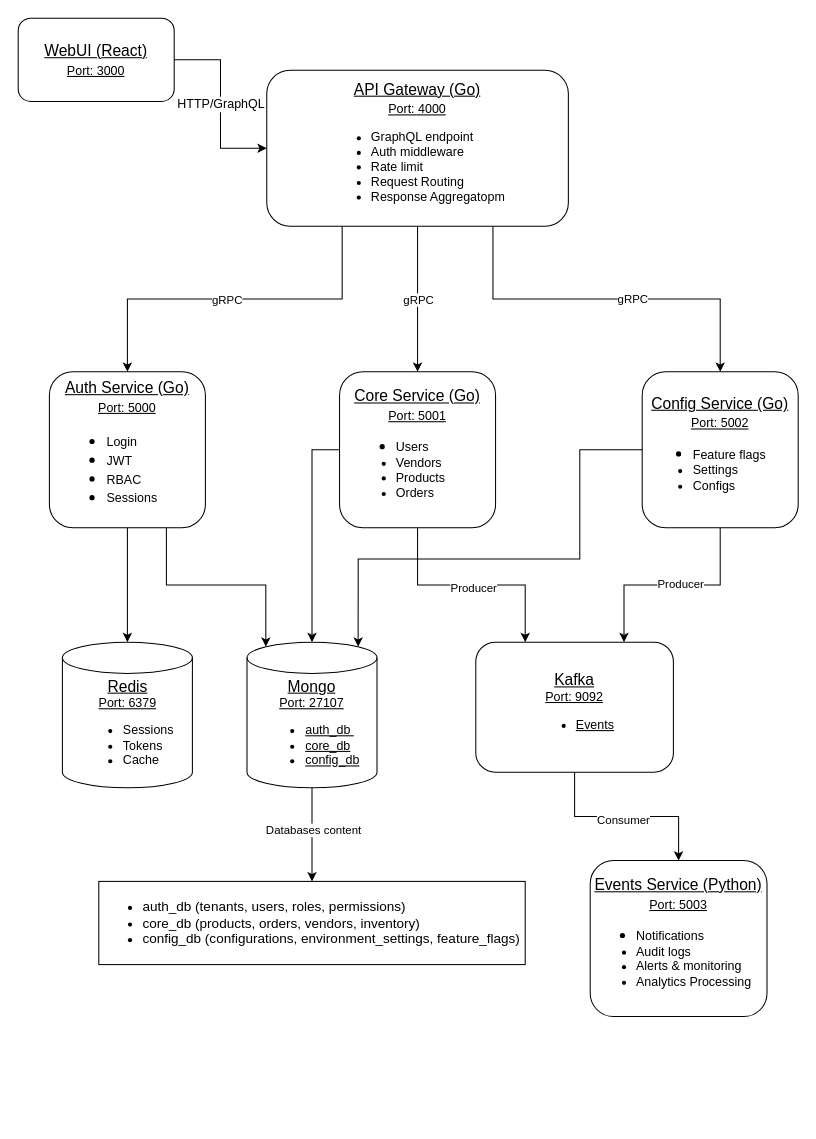
This is docs/resources/ERP.drawio from TamirHazut/ERP, a draw.io file, before an edit. Source tidied: cells renumbered, new cells numbered last; positions are measured from the earlier drawing's top-left corner, leaving out a move shared by most shapes. Both pictures are drawn from the tidied source at 104%, with x=0, y=0 at pixel (18, 18).
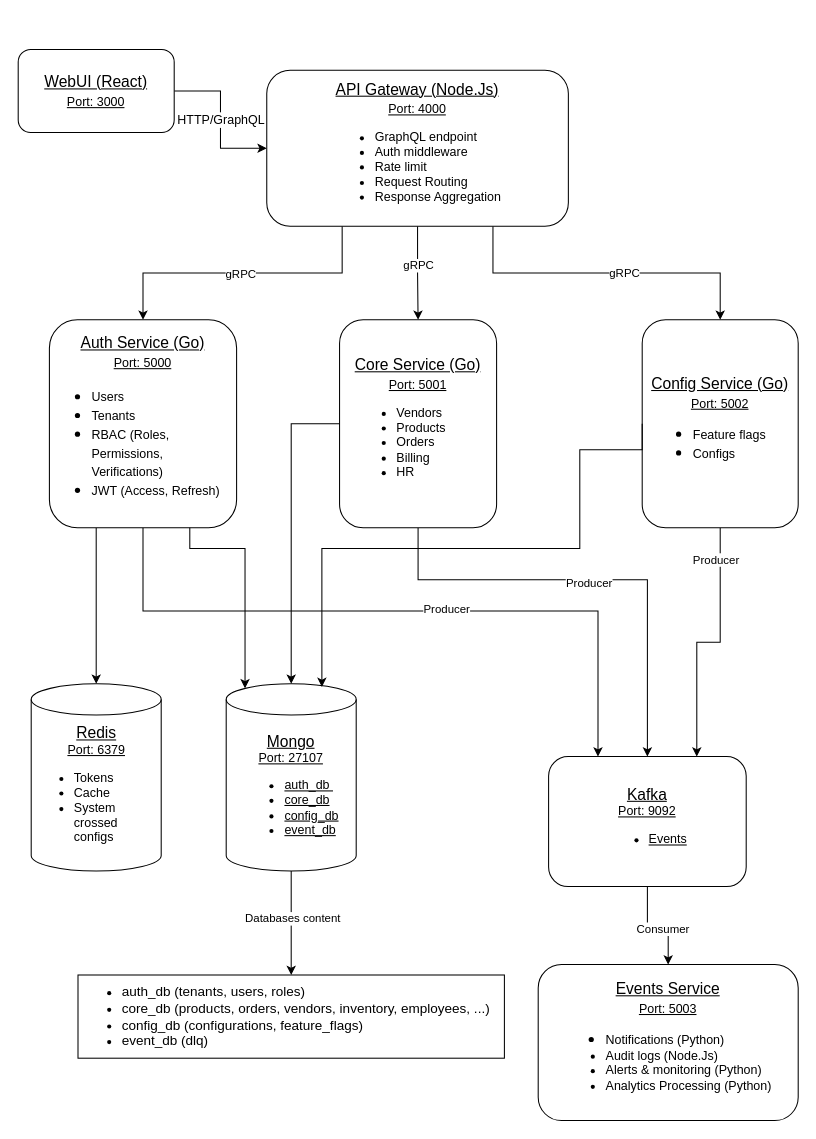
The same diagram, later.

Commit message (it also covers changes not shown here):
updated high level design draw

Unchanged cells that the change refers to:
```xml
<mxCell id="17" style="edgeStyle=orthogonalEdgeStyle;rounded=0;jettySize=auto;html=1;exitX=0.5;exitY=1;exitDx=0;exitDy=0;entryX=0.75;entryY=0;entryDx=0;entryDy=0;" parent="1" edge="1" source="19" target="23">
  <mxGeometry relative="1" as="geometry" />
</mxCell>
```

Diff of the diagram source:
```diff
@@
     <mxCell id="4" value="&lt;font style=&quot;&quot;&gt;&lt;u style=&quot;&quot;&gt;&lt;span style=&quot;font-size: 15px;&quot;&gt;WebUI (React)&lt;br&gt;&lt;/span&gt;&lt;div style=&quot;font-size: 15px; text-align: center;&quot;&gt;&lt;span style=&quot;background-color: transparent; color: light-dark(rgb(0, 0, 0), rgb(255, 255, 255)); text-align: left; font-size: 12px;&quot;&gt;Port: 3000&lt;/span&gt;&lt;/div&gt;&lt;/u&gt;&lt;/font&gt;" style="rounded=1;whiteSpace=wrap;html=1;" parent="1" vertex="1">
-      <mxGeometry width="150" height="80" as="geometry" />
+      <mxGeometry y="30" width="150" height="80" as="geometry" />
     </mxCell>
@@
-    <mxCell id="11" value="&lt;font style=&quot;&quot;&gt;&lt;u style=&quot;&quot;&gt;&lt;span style=&quot;font-size: 15px;&quot;&gt;API Gateway (Go)&lt;br&gt;&lt;/span&gt;&lt;div style=&quot;font-size: 15px; text-align: center;&quot;&gt;&lt;span style=&quot;background-color: transparent; color: light-dark(rgb(0, 0, 0), rgb(255, 255, 255)); text-align: left; font-size: 12px;&quot;&gt;Port: 4000&lt;/span&gt;&lt;/div&gt;&lt;/u&gt;&lt;/font&gt;&lt;div&gt;&lt;ul&gt;&lt;li style=&quot;text-align: left;&quot;&gt;&lt;span style=&quot;background-color: transparent; color: light-dark(rgb(0, 0, 0), rgb(255, 255, 255));&quot;&gt;GraphQL endpoint&lt;/span&gt;&lt;/li&gt;&lt;li style=&quot;text-align: left;&quot;&gt;&lt;span style=&quot;background-color: transparent; color: light-dark(rgb(0, 0, 0), rgb(255, 255, 255));&quot;&gt;Auth middleware&lt;/span&gt;&lt;/li&gt;&lt;li style=&quot;text-align: left;&quot;&gt;&lt;span style=&quot;background-color: transparent; color: light-dark(rgb(0, 0, 0), rgb(255, 255, 255));&quot;&gt;Rate limit&lt;/span&gt;&lt;/li&gt;&lt;li style=&quot;text-align: left;&quot;&gt;&lt;span style=&quot;background-color: transparent; color: light-dark(rgb(0, 0, 0), rgb(255, 255, 255));&quot;&gt;Request Routing&lt;/span&gt;&lt;/li&gt;&lt;li style=&quot;text-align: left;&quot;&gt;&lt;span style=&quot;background-color: transparent; color: light-dark(rgb(0, 0, 0), rgb(255, 255, 255));&quot;&gt;Response Aggregatopm&lt;/span&gt;&lt;/li&gt;&lt;/ul&gt;&lt;/div&gt;" style="rounded=1;whiteSpace=wrap;html=1;" parent="1" vertex="1">
+    <mxCell id="11" value="&lt;font style=&quot;&quot;&gt;&lt;u style=&quot;&quot;&gt;&lt;span style=&quot;font-size: 15px;&quot;&gt;API Gateway (Node.Js)&lt;br&gt;&lt;/span&gt;&lt;div style=&quot;font-size: 15px; text-align: center;&quot;&gt;&lt;span style=&quot;background-color: transparent; color: light-dark(rgb(0, 0, 0), rgb(255, 255, 255)); text-align: left; font-size: 12px;&quot;&gt;Port: 4000&lt;/span&gt;&lt;/div&gt;&lt;/u&gt;&lt;/font&gt;&lt;div&gt;&lt;ul&gt;&lt;li style=&quot;text-align: left;&quot;&gt;&lt;span style=&quot;background-color: transparent; color: light-dark(rgb(0, 0, 0), rgb(255, 255, 255));&quot;&gt;GraphQL endpoint&lt;/span&gt;&lt;/li&gt;&lt;li style=&quot;text-align: left;&quot;&gt;&lt;span style=&quot;background-color: transparent; color: light-dark(rgb(0, 0, 0), rgb(255, 255, 255));&quot;&gt;Auth middleware&lt;/span&gt;&lt;/li&gt;&lt;li style=&quot;text-align: left;&quot;&gt;&lt;span style=&quot;background-color: transparent; color: light-dark(rgb(0, 0, 0), rgb(255, 255, 255));&quot;&gt;Rate limit&lt;/span&gt;&lt;/li&gt;&lt;li style=&quot;text-align: left;&quot;&gt;&lt;span style=&quot;background-color: transparent; color: light-dark(rgb(0, 0, 0), rgb(255, 255, 255));&quot;&gt;Request Routing&lt;/span&gt;&lt;/li&gt;&lt;li style=&quot;text-align: left;&quot;&gt;&lt;span style=&quot;background-color: transparent; color: light-dark(rgb(0, 0, 0), rgb(255, 255, 255));&quot;&gt;Response Aggregation&lt;/span&gt;&lt;/li&gt;&lt;/ul&gt;&lt;/div&gt;" style="rounded=1;whiteSpace=wrap;html=1;" parent="1" vertex="1">
       <mxGeometry x="239" y="50" width="290" height="150" as="geometry" />
     </mxCell>
-    <mxCell id="12" style="edgeStyle=orthogonalEdgeStyle;rounded=0;jettySize=auto;html=1;" parent="1" edge="1" source="13" target="20">
+    <mxCell id="12" style="edgeStyle=orthogonalEdgeStyle;rounded=0;jettySize=auto;html=1;exitX=0.25;exitY=1;exitDx=0;exitDy=0;" parent="1" edge="1" source="13" target="20">
       <mxGeometry relative="1" as="geometry" />
     </mxCell>
+    <mxCell id="32" style="edgeStyle=orthogonalEdgeStyle;rounded=0;jettySize=auto;html=1;entryX=0.25;entryY=0;entryDx=0;entryDy=0;exitX=0.5;exitY=1;exitDx=0;exitDy=0;" parent="1" edge="1" source="13" target="23">
+      <mxGeometry relative="1" as="geometry">
+        <Array as="points">
+          <mxPoint x="120" y="570" />
+          <mxPoint x="558" y="570" />
+        </Array>
+      </mxGeometry>
+    </mxCell>
+    <mxCell id="33" value="Producer" style="edgeLabel;html=1;align=center;verticalAlign=middle;" parent="32" vertex="1">
+      <mxGeometry x="0.13" y="3" relative="1" as="geometry" />
+    </mxCell>
-    <mxCell id="13" value="&lt;font style=&quot;&quot;&gt;&lt;span style=&quot;text-decoration-line: underline; font-size: 15px;&quot;&gt;Auth Service (Go)&lt;br&gt;&lt;/span&gt;&lt;div style=&quot;text-decoration-line: underline; font-size: 15px; text-align: center;&quot;&gt;&lt;span style=&quot;background-color: transparent; color: light-dark(rgb(0, 0, 0), rgb(255, 255, 255)); text-align: left; font-size: 12px;&quot;&gt;Port: 5000&lt;/span&gt;&lt;/div&gt;&lt;div style=&quot;font-size: 15px;&quot;&gt;&lt;ul style=&quot;&quot;&gt;&lt;li style=&quot;text-align: left;&quot;&gt;&lt;span style=&quot;background-color: transparent; color: light-dark(rgb(0, 0, 0), rgb(255, 255, 255)); font-size: 12px;&quot;&gt;Login&lt;br&gt;&lt;/span&gt;&lt;/li&gt;&lt;li style=&quot;text-align: left;&quot;&gt;&lt;span style=&quot;background-color: transparent; color: light-dark(rgb(0, 0, 0), rgb(255, 255, 255)); font-size: 12px;&quot;&gt;JWT&lt;/span&gt;&lt;/li&gt;&lt;li style=&quot;text-align: left;&quot;&gt;&lt;span style=&quot;background-color: transparent; color: light-dark(rgb(0, 0, 0), rgb(255, 255, 255)); font-size: 12px;&quot;&gt;RBAC&lt;/span&gt;&lt;/li&gt;&lt;li style=&quot;text-align: left;&quot;&gt;&lt;span style=&quot;background-color: transparent; color: light-dark(rgb(0, 0, 0), rgb(255, 255, 255)); font-size: 12px;&quot;&gt;Sessions&lt;/span&gt;&lt;/li&gt;&lt;/ul&gt;&lt;/div&gt;&lt;/font&gt;" style="rounded=1;whiteSpace=wrap;html=1;" parent="1" vertex="1">
-      <mxGeometry x="30" y="340" width="150" height="150" as="geometry" />
+    <mxCell id="13" value="&lt;font style=&quot;&quot;&gt;&lt;span style=&quot;text-decoration-line: underline; font-size: 15px;&quot;&gt;Auth Service (Go)&lt;br&gt;&lt;/span&gt;&lt;div style=&quot;text-decoration-line: underline; font-size: 15px; text-align: center;&quot;&gt;&lt;span style=&quot;background-color: transparent; color: light-dark(rgb(0, 0, 0), rgb(255, 255, 255)); text-align: left; font-size: 12px;&quot;&gt;Port: 5000&lt;/span&gt;&lt;/div&gt;&lt;div style=&quot;font-size: 15px;&quot;&gt;&lt;ul style=&quot;&quot;&gt;&lt;li style=&quot;text-align: left;&quot;&gt;&lt;span style=&quot;background-color: transparent; color: light-dark(rgb(0, 0, 0), rgb(255, 255, 255)); font-size: 12px;&quot;&gt;Users&lt;br&gt;&lt;/span&gt;&lt;/li&gt;&lt;li style=&quot;text-align: left;&quot;&gt;&lt;span style=&quot;background-color: transparent; color: light-dark(rgb(0, 0, 0), rgb(255, 255, 255)); font-size: 12px;&quot;&gt;Tenants&lt;/span&gt;&lt;/li&gt;&lt;li style=&quot;text-align: left;&quot;&gt;&lt;span style=&quot;background-color: transparent; color: light-dark(rgb(0, 0, 0), rgb(255, 255, 255)); font-size: 12px;&quot;&gt;RBAC (Roles, Permissions, Verifications)&lt;/span&gt;&lt;/li&gt;&lt;li style=&quot;text-align: left;&quot;&gt;&lt;span style=&quot;background-color: transparent; color: light-dark(rgb(0, 0, 0), rgb(255, 255, 255)); font-size: 12px;&quot;&gt;JWT (Access, Refresh)&lt;/span&gt;&lt;/li&gt;&lt;/ul&gt;&lt;/div&gt;&lt;/font&gt;" style="rounded=1;whiteSpace=wrap;html=1;" parent="1" vertex="1">
+      <mxGeometry x="30" y="290" width="180" height="200" as="geometry" />
     </mxCell>
-    <mxCell id="14" style="edgeStyle=orthogonalEdgeStyle;rounded=0;jettySize=auto;html=1;exitX=0.5;exitY=1;exitDx=0;exitDy=0;entryX=0.25;entryY=0;entryDx=0;entryDy=0;" parent="1" edge="1" source="16" target="23">
-      <mxGeometry relative="1" as="geometry" />
+    <mxCell id="14" style="edgeStyle=orthogonalEdgeStyle;rounded=0;jettySize=auto;html=1;exitX=0.5;exitY=1;exitDx=0;exitDy=0;entryX=0.5;entryY=0;entryDx=0;entryDy=0;" parent="1" edge="1" source="16" target="23">
+      <mxGeometry relative="1" as="geometry">
+        <Array as="points">
+          <mxPoint x="385" y="540" />
+          <mxPoint x="605" y="540" />
+        </Array>
+      </mxGeometry>
     </mxCell>
@@
-    <mxCell id="16" value="&lt;font style=&quot;&quot;&gt;&lt;span style=&quot;text-decoration-line: underline; font-size: 15px;&quot;&gt;Core Service (Go)&lt;br&gt;&lt;/span&gt;&lt;div style=&quot;text-decoration-line: underline; font-size: 15px; text-align: center;&quot;&gt;&lt;span style=&quot;background-color: transparent; color: light-dark(rgb(0, 0, 0), rgb(255, 255, 255)); text-align: left; font-size: 12px;&quot;&gt;Port: 5001&lt;/span&gt;&lt;/div&gt;&lt;div style=&quot;&quot;&gt;&lt;ul style=&quot;&quot;&gt;&lt;li style=&quot;font-size: 15px; text-align: left;&quot;&gt;&lt;span style=&quot;background-color: transparent; color: light-dark(rgb(0, 0, 0), rgb(255, 255, 255)); font-size: 12px;&quot;&gt;Users&lt;/span&gt;&lt;/li&gt;&lt;li style=&quot;text-align: left;&quot;&gt;Vendors&lt;/li&gt;&lt;li style=&quot;text-align: left;&quot;&gt;Products&lt;/li&gt;&lt;li style=&quot;text-align: left;&quot;&gt;Orders&lt;/li&gt;&lt;/ul&gt;&lt;/div&gt;&lt;/font&gt;" style="rounded=1;whiteSpace=wrap;html=1;" parent="1" vertex="1">
-      <mxGeometry x="309" y="340" width="150" height="150" as="geometry" />
+    <mxCell id="16" value="&lt;font style=&quot;&quot;&gt;&lt;span style=&quot;text-decoration-line: underline; font-size: 15px;&quot;&gt;Core Service (Go)&lt;br&gt;&lt;/span&gt;&lt;div style=&quot;text-decoration-line: underline; font-size: 15px; text-align: center;&quot;&gt;&lt;span style=&quot;background-color: transparent; color: light-dark(rgb(0, 0, 0), rgb(255, 255, 255)); text-align: left; font-size: 12px;&quot;&gt;Port: 5001&lt;/span&gt;&lt;/div&gt;&lt;div style=&quot;&quot;&gt;&lt;ul style=&quot;&quot;&gt;&lt;li style=&quot;text-align: left;&quot;&gt;Vendors&lt;/li&gt;&lt;li style=&quot;text-align: left;&quot;&gt;Products&lt;/li&gt;&lt;li style=&quot;text-align: left;&quot;&gt;Orders&lt;/li&gt;&lt;li style=&quot;text-align: left;&quot;&gt;Billing&lt;/li&gt;&lt;li style=&quot;text-align: left;&quot;&gt;HR&lt;br&gt;&lt;/li&gt;&lt;/ul&gt;&lt;/div&gt;&lt;/font&gt;" style="rounded=1;whiteSpace=wrap;html=1;" parent="1" vertex="1">
+      <mxGeometry x="309" y="290" width="151" height="200" as="geometry" />
     </mxCell>
@@
     <mxCell id="18" value="Producer" style="edgeLabel;html=1;align=center;verticalAlign=middle;" parent="17" vertex="1">
       <mxGeometry x="-0.31" y="-2" relative="1" as="geometry">
-        <mxPoint x="-24" as="offset" />
+        <mxPoint x="-3" y="-54" as="offset" />
       </mxGeometry>
     </mxCell>
-    <mxCell id="19" value="&lt;font style=&quot;&quot;&gt;&lt;span style=&quot;text-decoration-line: underline; font-size: 15px;&quot;&gt;Config Service (Go)&lt;br&gt;&lt;/span&gt;&lt;div style=&quot;text-decoration-line: underline; font-size: 15px; text-align: center;&quot;&gt;&lt;span style=&quot;background-color: transparent; color: light-dark(rgb(0, 0, 0), rgb(255, 255, 255)); text-align: left; font-size: 12px;&quot;&gt;Port: 5002&lt;/span&gt;&lt;/div&gt;&lt;div style=&quot;&quot;&gt;&lt;ul style=&quot;&quot;&gt;&lt;li style=&quot;font-size: 15px; text-align: left;&quot;&gt;&lt;span style=&quot;background-color: transparent; color: light-dark(rgb(0, 0, 0), rgb(255, 255, 255)); font-size: 12px;&quot;&gt;Feature flags&lt;/span&gt;&lt;/li&gt;&lt;li style=&quot;text-align: left;&quot;&gt;Settings&lt;/li&gt;&lt;li style=&quot;text-align: left;&quot;&gt;Configs&lt;/li&gt;&lt;/ul&gt;&lt;/div&gt;&lt;/font&gt;" style="rounded=1;whiteSpace=wrap;html=1;" parent="1" vertex="1">
-      <mxGeometry x="600" y="340" width="150" height="150" as="geometry" />
+    <mxCell id="19" value="&lt;font style=&quot;&quot;&gt;&lt;span style=&quot;text-decoration-line: underline; font-size: 15px;&quot;&gt;Config Service (Go)&lt;br&gt;&lt;/span&gt;&lt;div style=&quot;text-decoration-line: underline; font-size: 15px; text-align: center;&quot;&gt;&lt;span style=&quot;background-color: transparent; color: light-dark(rgb(0, 0, 0), rgb(255, 255, 255)); text-align: left; font-size: 12px;&quot;&gt;Port: 5002&lt;/span&gt;&lt;/div&gt;&lt;div style=&quot;&quot;&gt;&lt;ul style=&quot;&quot;&gt;&lt;li style=&quot;font-size: 15px; text-align: left;&quot;&gt;&lt;span style=&quot;background-color: transparent; color: light-dark(rgb(0, 0, 0), rgb(255, 255, 255)); font-size: 12px;&quot;&gt;Feature flags&lt;/span&gt;&lt;/li&gt;&lt;li style=&quot;font-size: 15px; text-align: left;&quot;&gt;&lt;span style=&quot;background-color: transparent; color: light-dark(rgb(0, 0, 0), rgb(255, 255, 255)); font-size: 12px;&quot;&gt;Configs&lt;/span&gt;&lt;/li&gt;&lt;/ul&gt;&lt;/div&gt;&lt;/font&gt;" style="rounded=1;whiteSpace=wrap;html=1;" parent="1" vertex="1">
+      <mxGeometry x="600" y="290" width="150" height="200" as="geometry" />
     </mxCell>
-    <mxCell id="20" value="&lt;font style=&quot;font-size: 15px;&quot;&gt;&lt;u&gt;Redis&lt;/u&gt;&lt;/font&gt;&lt;div&gt;&lt;u style=&quot;&quot;&gt;&lt;font&gt;Port:&amp;nbsp;6379&lt;/font&gt;&lt;br&gt;&lt;/u&gt;&lt;div&gt;&lt;ul&gt;&lt;li style=&quot;text-align: left;&quot;&gt;&lt;font&gt;Sessions&lt;/font&gt;&lt;/li&gt;&lt;li style=&quot;text-align: left;&quot;&gt;&lt;font&gt;Tokens&lt;/font&gt;&lt;/li&gt;&lt;li style=&quot;text-align: left;&quot;&gt;&lt;font&gt;Cache&lt;/font&gt;&lt;/li&gt;&lt;/ul&gt;&lt;/div&gt;&lt;/div&gt;" style="shape=cylinder3;whiteSpace=wrap;html=1;boundedLbl=1;backgroundOutline=1;size=15;" parent="1" vertex="1">
-      <mxGeometry x="42.5" y="600" width="125" height="140" as="geometry" />
+    <mxCell id="20" value="&lt;font style=&quot;font-size: 15px;&quot;&gt;&lt;u&gt;Redis&lt;/u&gt;&lt;/font&gt;&lt;div&gt;&lt;u style=&quot;&quot;&gt;&lt;font&gt;Port:&amp;nbsp;6379&lt;/font&gt;&lt;br&gt;&lt;/u&gt;&lt;div&gt;&lt;ul&gt;&lt;li style=&quot;text-align: left;&quot;&gt;&lt;span style=&quot;background-color: transparent; color: light-dark(rgb(0, 0, 0), rgb(255, 255, 255));&quot;&gt;Tokens&lt;/span&gt;&lt;/li&gt;&lt;li style=&quot;text-align: left;&quot;&gt;&lt;font&gt;Cache&lt;br&gt;&lt;/font&gt;&lt;/li&gt;&lt;li style=&quot;text-align: left;&quot;&gt;&lt;font&gt;System crossed configs&lt;/font&gt;&lt;/li&gt;&lt;/ul&gt;&lt;/div&gt;&lt;/div&gt;" style="shape=cylinder3;whiteSpace=wrap;html=1;boundedLbl=1;backgroundOutline=1;size=15;" parent="1" vertex="1">
+      <mxGeometry x="12.5" y="640" width="125" height="180" as="geometry" />
     </mxCell>
@@
     <mxCell id="23" value="&lt;u&gt;&lt;font style=&quot;&quot;&gt;&lt;span style=&quot;font-size: 15px;&quot;&gt;Kafka&lt;/span&gt;&lt;/font&gt;&lt;/u&gt;&lt;div&gt;&lt;u&gt;&lt;font style=&quot;&quot;&gt;&lt;font&gt;Port: 9092&lt;/font&gt;&lt;/font&gt;&lt;/u&gt;&lt;div&gt;&lt;ul&gt;&lt;li&gt;&lt;u&gt;&lt;font&gt;Events&lt;/font&gt;&lt;/u&gt;&lt;/li&gt;&lt;/ul&gt;&lt;/div&gt;&lt;/div&gt;" style="rounded=1;whiteSpace=wrap;html=1;" parent="1" vertex="1">
-      <mxGeometry x="440" y="600" width="190" height="125" as="geometry" />
+      <mxGeometry x="510" y="710" width="190" height="125" as="geometry" />
     </mxCell>
-    <mxCell id="24" value="&lt;font style=&quot;&quot;&gt;&lt;span style=&quot;text-decoration-line: underline; font-size: 15px;&quot;&gt;Events Service (Python)&lt;br&gt;&lt;/span&gt;&lt;div style=&quot;text-decoration-line: underline; font-size: 15px; text-align: center;&quot;&gt;&lt;span style=&quot;background-color: transparent; color: light-dark(rgb(0, 0, 0), rgb(255, 255, 255)); text-align: left; font-size: 12px;&quot;&gt;Port: 5003&lt;/span&gt;&lt;/div&gt;&lt;div style=&quot;&quot;&gt;&lt;ul style=&quot;&quot;&gt;&lt;li style=&quot;font-size: 15px; text-align: left;&quot;&gt;&lt;span style=&quot;background-color: transparent; color: light-dark(rgb(0, 0, 0), rgb(255, 255, 255)); font-size: 12px;&quot;&gt;Notifications&lt;/span&gt;&lt;/li&gt;&lt;li style=&quot;text-align: left;&quot;&gt;Audit logs&lt;/li&gt;&lt;li style=&quot;text-align: left;&quot;&gt;Alerts &amp;amp; monitoring&lt;/li&gt;&lt;li style=&quot;text-align: left;&quot;&gt;Analytics Processing&lt;/li&gt;&lt;/ul&gt;&lt;/div&gt;&lt;/font&gt;" style="rounded=1;whiteSpace=wrap;html=1;" parent="1" vertex="1">
-      <mxGeometry x="550" y="810" width="170" height="150" as="geometry" />
+    <mxCell id="24" value="&lt;font style=&quot;&quot;&gt;&lt;span style=&quot;text-decoration-line: underline; font-size: 15px;&quot;&gt;Events Service&lt;br&gt;&lt;/span&gt;&lt;div style=&quot;text-decoration-line: underline; font-size: 15px; text-align: center;&quot;&gt;&lt;span style=&quot;background-color: transparent; color: light-dark(rgb(0, 0, 0), rgb(255, 255, 255)); text-align: left; font-size: 12px;&quot;&gt;Port: 5003&lt;/span&gt;&lt;/div&gt;&lt;div style=&quot;&quot;&gt;&lt;ul style=&quot;&quot;&gt;&lt;li style=&quot;font-size: 15px; text-align: left;&quot;&gt;&lt;span style=&quot;background-color: transparent; color: light-dark(rgb(0, 0, 0), rgb(255, 255, 255)); font-size: 12px;&quot;&gt;Notifications (Python)&lt;/span&gt;&lt;/li&gt;&lt;li style=&quot;text-align: left;&quot;&gt;Audit logs&amp;nbsp;(Node.Js)&lt;/li&gt;&lt;li style=&quot;text-align: left;&quot;&gt;Alerts &amp;amp; monitoring&amp;nbsp;(Python)&lt;/li&gt;&lt;li style=&quot;text-align: left;&quot;&gt;Analytics Processing&amp;nbsp;(Python)&lt;/li&gt;&lt;/ul&gt;&lt;/div&gt;&lt;/font&gt;" style="rounded=1;whiteSpace=wrap;html=1;" parent="1" vertex="1">
+      <mxGeometry x="500" y="910" width="250" height="150" as="geometry" />
     </mxCell>
@@
-    <mxCell id="27" value="&lt;u&gt;&lt;font style=&quot;font-size: 15px;&quot;&gt;Mongo&lt;/font&gt;&lt;/u&gt;&lt;div&gt;&lt;u&gt;&lt;font&gt;Port: 27107&lt;/font&gt;&lt;/u&gt;&lt;/div&gt;&lt;div&gt;&lt;ul&gt;&lt;li style=&quot;text-align: left;&quot;&gt;&lt;u&gt;&lt;font&gt;auth_db&amp;nbsp;&lt;/font&gt;&lt;/u&gt;&lt;/li&gt;&lt;li style=&quot;text-align: left;&quot;&gt;&lt;u&gt;&lt;font&gt;core_db&lt;/font&gt;&lt;/u&gt;&lt;/li&gt;&lt;li style=&quot;text-align: left;&quot;&gt;&lt;u&gt;&lt;font&gt;config_db&lt;/font&gt;&lt;/u&gt;&lt;/li&gt;&lt;/ul&gt;&lt;/div&gt;" style="shape=cylinder3;whiteSpace=wrap;html=1;boundedLbl=1;backgroundOutline=1;size=15;" parent="1" vertex="1">
-      <mxGeometry x="220" y="600" width="125" height="140" as="geometry" />
+    <mxCell id="27" value="&lt;u&gt;&lt;font style=&quot;font-size: 15px;&quot;&gt;Mongo&lt;/font&gt;&lt;/u&gt;&lt;div&gt;&lt;u&gt;&lt;font&gt;Port: 27107&lt;/font&gt;&lt;/u&gt;&lt;/div&gt;&lt;div&gt;&lt;ul&gt;&lt;li style=&quot;text-align: left;&quot;&gt;&lt;u&gt;&lt;font&gt;auth_db&amp;nbsp;&lt;/font&gt;&lt;/u&gt;&lt;/li&gt;&lt;li style=&quot;text-align: left;&quot;&gt;&lt;u&gt;&lt;font&gt;core_db&lt;/font&gt;&lt;/u&gt;&lt;/li&gt;&lt;li style=&quot;text-align: left;&quot;&gt;&lt;u&gt;&lt;font&gt;config_db&lt;/font&gt;&lt;/u&gt;&lt;/li&gt;&lt;li style=&quot;text-align: left;&quot;&gt;&lt;u&gt;&lt;font&gt;event_db&lt;/font&gt;&lt;/u&gt;&lt;/li&gt;&lt;/ul&gt;&lt;/div&gt;" style="shape=cylinder3;whiteSpace=wrap;html=1;boundedLbl=1;backgroundOutline=1;size=15;" parent="1" vertex="1">
+      <mxGeometry x="200" y="640" width="125" height="180" as="geometry" />
     </mxCell>
@@
-    <mxCell id="29" value="&lt;ul&gt;&lt;li&gt;&lt;font style=&quot;font-size: 13px;&quot;&gt;auth_db (tenants, users, roles, permissions)&lt;/font&gt;&lt;/li&gt;&lt;li&gt;&lt;font style=&quot;font-size: 13px;&quot;&gt;core_db (products, orders, vendors, inventory)&lt;/font&gt;&lt;/li&gt;&lt;li&gt;&lt;font style=&quot;font-size: 13px;&quot;&gt;config_db (configurations, environment_settings, feature_flags)&lt;/font&gt;&lt;/li&gt;&lt;/ul&gt;" style="rounded=0;whiteSpace=wrap;html=1;align=left;" parent="1" vertex="1">
-      <mxGeometry x="77.5" y="830" width="410" height="80" as="geometry" />
+    <mxCell id="29" value="&lt;ul&gt;&lt;li&gt;&lt;font style=&quot;font-size: 13px;&quot;&gt;auth_db (tenants, users, roles)&lt;/font&gt;&lt;/li&gt;&lt;li&gt;&lt;font style=&quot;font-size: 13px;&quot;&gt;core_db (products, orders, vendors, inventory, employees, ...)&lt;/font&gt;&lt;/li&gt;&lt;li&gt;&lt;font style=&quot;font-size: 13px;&quot;&gt;config_db (configurations, feature_flags)&lt;/font&gt;&lt;/li&gt;&lt;li&gt;&lt;span style=&quot;font-size: 13px;&quot;&gt;event_db (dlq)&lt;/span&gt;&lt;/li&gt;&lt;/ul&gt;" style="rounded=0;whiteSpace=wrap;html=1;align=left;" parent="1" vertex="1">
+      <mxGeometry x="57.5" y="920" width="410" height="80" as="geometry" />
     </mxCell>
-    <mxCell id="30" style="edgeStyle=orthogonalEdgeStyle;rounded=0;jettySize=auto;html=1;exitX=0;exitY=0.5;exitDx=0;exitDy=0;entryX=0.855;entryY=0;entryDx=0;entryDy=4.35;entryPerimeter=0;" parent="1" edge="1" source="19" target="27">
+    <mxCell id="30" style="edgeStyle=orthogonalEdgeStyle;rounded=0;jettySize=auto;html=1;exitX=0;exitY=0.5;exitDx=0;exitDy=0;entryX=0.736;entryY=0.017;entryDx=0;entryDy=0;entryPerimeter=0;" parent="1" edge="1" source="19" target="27">
       <mxGeometry relative="1" as="geometry">
         <Array as="points">
+          <mxPoint x="600" y="415" />
           <mxPoint x="540" y="415" />
-          <mxPoint x="540" y="520" />
-          <mxPoint x="327" y="520" />
+          <mxPoint x="540" y="510" />
+          <mxPoint x="292" y="510" />
         </Array>
       </mxGeometry>
     </mxCell>
     <mxCell id="31" style="edgeStyle=orthogonalEdgeStyle;rounded=0;jettySize=auto;html=1;exitX=0.75;exitY=1;exitDx=0;exitDy=0;entryX=0.145;entryY=0;entryDx=0;entryDy=4.35;entryPerimeter=0;" parent="1" edge="1" source="13" target="27">
-      <mxGeometry relative="1" as="geometry" />
+      <mxGeometry relative="1" as="geometry">
+        <Array as="points">
+          <mxPoint x="165" y="510" />
+          <mxPoint x="218" y="510" />
+        </Array>
+      </mxGeometry>
     </mxCell>
```
